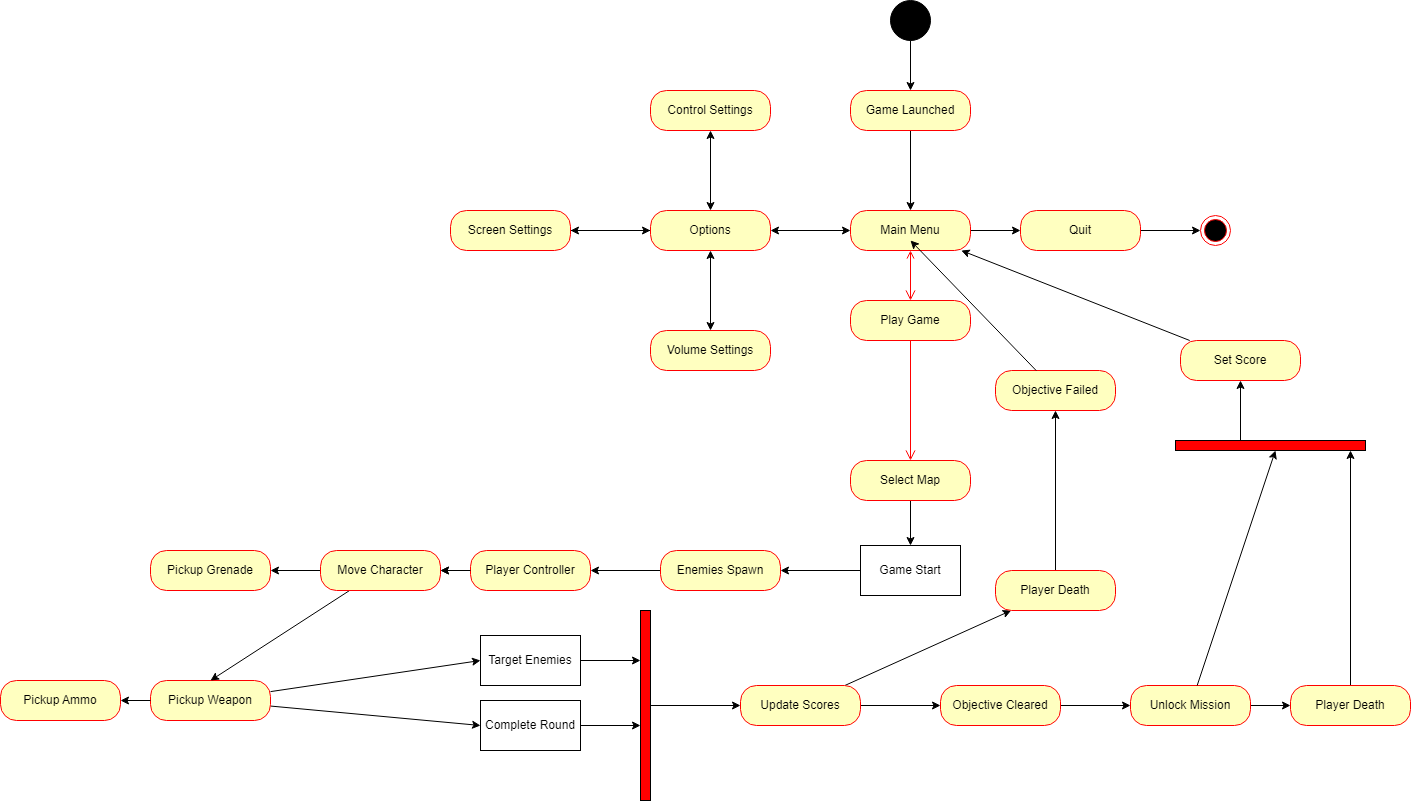
Before: models/zuvival activity diagram.png, a diagram exported from draw.io (Troy-Qasper/Zurvival-Capstone). Source tidied: cells renumbered, new cells last; positions are measured from the earlier drawing's top-left corner, leaving out a move shared by most shapes.
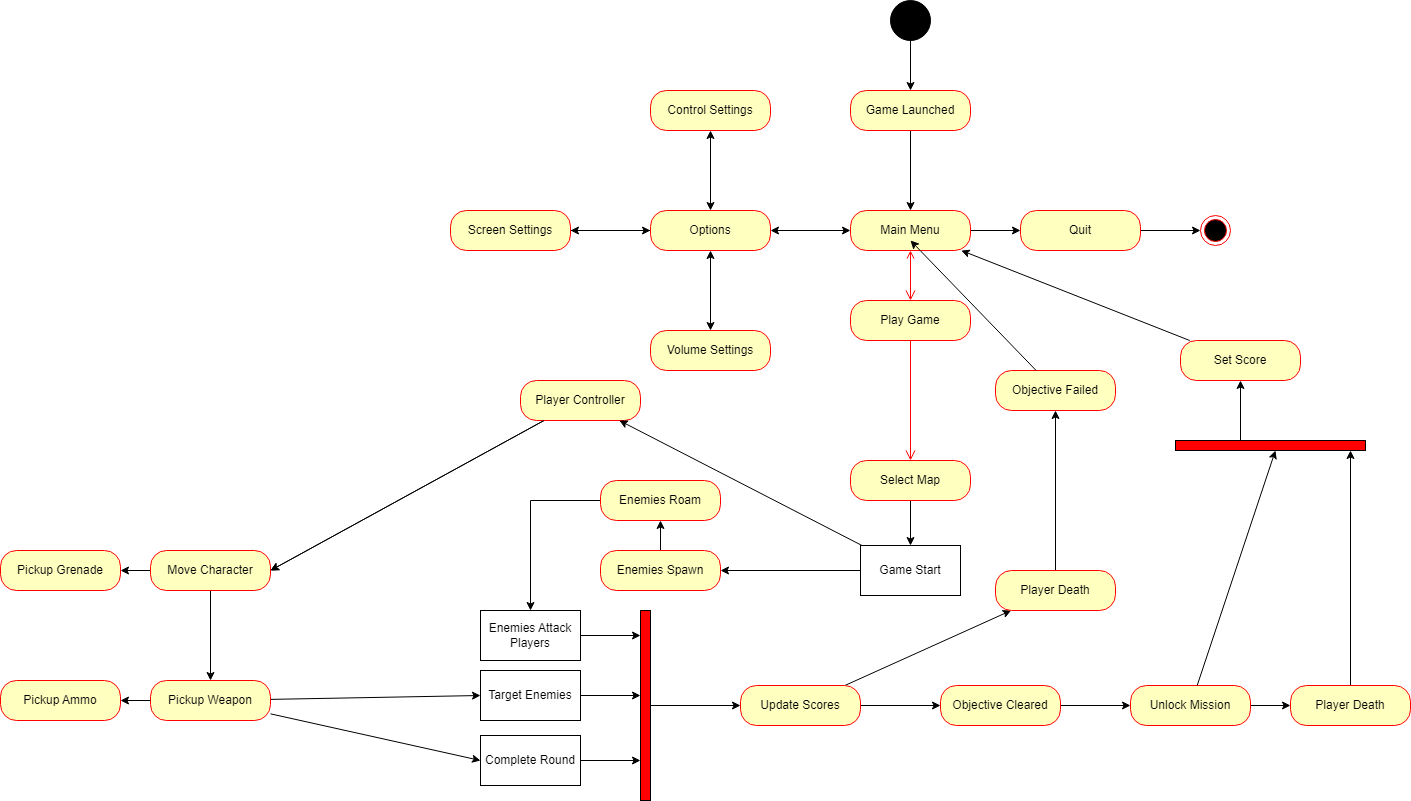
The same file after the commit.

Diff of the diagram source:
```diff
@@ -75,8 +75,11 @@
       <mxGeometry relative="1" as="geometry" />
     </mxCell>
     <mxCell id="26" value="Player Controller" style="rounded=1;whiteSpace=wrap;html=1;arcSize=40;fontColor=#000000;fillColor=#ffffc0;strokeColor=#ff0000;" parent="1" vertex="1">
-      <mxGeometry x="470" y="550" width="120" height="40" as="geometry" />
+      <mxGeometry x="520" y="380" width="120" height="40" as="geometry" />
     </mxCell>
+    <mxCell id="65" style="rounded=0;jettySize=auto;html=1;" parent="1" edge="1" source="27" target="26">
+      <mxGeometry relative="1" as="geometry" />
+    </mxCell>
     <mxCell id="27" value="Game Start" style="html=1;dashed=0;whiteSpace=wrap;" parent="1" vertex="1">
       <mxGeometry x="860" y="545" width="100" height="50" as="geometry" />
     </mxCell>
@@ -84,7 +87,7 @@
       <mxGeometry relative="1" as="geometry" />
     </mxCell>
     <mxCell id="29" value="Target Enemies" style="html=1;dashed=0;whiteSpace=wrap;" parent="1" vertex="1">
-      <mxGeometry x="480" y="635" width="100" height="50" as="geometry" />
+      <mxGeometry x="480" y="670" width="100" height="50" as="geometry" />
     </mxCell>
     <mxCell id="30" style="edgeStyle=orthogonalEdgeStyle;rounded=0;jettySize=auto;html=1;" parent="1" edge="1" source="32" target="36">
       <mxGeometry relative="1" as="geometry" />
@@ -141,19 +144,19 @@
       <mxGeometry y="680" width="120" height="40" as="geometry" />
     </mxCell>
     <mxCell id="48" value="Pickup Grenade" style="rounded=1;whiteSpace=wrap;html=1;arcSize=40;fontColor=#000000;fillColor=#ffffc0;strokeColor=#ff0000;" parent="1" vertex="1">
-      <mxGeometry x="150" y="550" width="120" height="40" as="geometry" />
+      <mxGeometry y="550" width="120" height="40" as="geometry" />
     </mxCell>
     <mxCell id="49" style="rounded=0;jettySize=auto;html=1;" parent="1" edge="1" source="50" target="34">
       <mxGeometry relative="1" as="geometry" />
     </mxCell>
     <mxCell id="50" value="Complete Round" style="html=1;dashed=0;whiteSpace=wrap;" parent="1" vertex="1">
-      <mxGeometry x="480" y="700" width="100" height="50" as="geometry" />
+      <mxGeometry x="480" y="735" width="100" height="50" as="geometry" />
     </mxCell>
-    <mxCell id="51" style="edgeStyle=orthogonalEdgeStyle;rounded=0;jettySize=auto;html=1;entryX=1;entryY=0.5;entryDx=0;entryDy=0;" parent="1" edge="1" source="52" target="26">
-      <mxGeometry relative="1" as="geometry" />
-    </mxCell>
+    <mxCell id="66" style="edgeStyle=orthogonalEdgeStyle;rounded=0;jettySize=auto;html=1;" parent="1" edge="1" source="52" target="68">
+      <mxGeometry relative="1" as="geometry" />
+    </mxCell>
     <mxCell id="52" value="Enemies Spawn" style="rounded=1;whiteSpace=wrap;html=1;arcSize=40;fontColor=#000000;fillColor=#ffffc0;strokeColor=#ff0000;" parent="1" vertex="1">
-      <mxGeometry x="660" y="550" width="120" height="40" as="geometry" />
+      <mxGeometry x="600" y="550" width="120" height="40" as="geometry" />
     </mxCell>
     <mxCell id="53" style="rounded=0;jettySize=auto;html=1;entryX=1;entryY=0.5;entryDx=0;entryDy=0;" parent="1" edge="1" source="26" target="57">
       <mxGeometry relative="1" as="geometry" />
@@ -168,7 +171,7 @@
       <mxGeometry relative="1" as="geometry" />
     </mxCell>
     <mxCell id="57" value="Move Character" style="rounded=1;whiteSpace=wrap;html=1;arcSize=40;fontColor=#000000;fillColor=#ffffc0;strokeColor=#ff0000;" parent="1" vertex="1">
-      <mxGeometry x="320" y="550" width="120" height="40" as="geometry" />
+      <mxGeometry x="150" y="550" width="120" height="40" as="geometry" />
     </mxCell>
     <mxCell id="58" style="rounded=0;jettySize=auto;html=1;" parent="1" edge="1" source="59" target="7">
       <mxGeometry relative="1" as="geometry" />
@@ -191,5 +194,17 @@
     <mxCell id="64" value="Volume Settings" style="rounded=1;whiteSpace=wrap;html=1;arcSize=40;fontColor=#000000;fillColor=#ffffc0;strokeColor=#ff0000;" parent="1" vertex="1">
       <mxGeometry x="650" y="330" width="120" height="40" as="geometry" />
     </mxCell>
+    <mxCell id="67" style="edgeStyle=orthogonalEdgeStyle;rounded=0;jettySize=auto;html=1;" parent="1" edge="1" source="68" target="70">
+      <mxGeometry relative="1" as="geometry" />
+    </mxCell>
+    <mxCell id="68" value="Enemies Roam" style="rounded=1;whiteSpace=wrap;html=1;arcSize=40;fontColor=#000000;fillColor=#ffffc0;strokeColor=#ff0000;" parent="1" vertex="1">
+      <mxGeometry x="600" y="480" width="120" height="40" as="geometry" />
+    </mxCell>
+    <mxCell id="69" style="rounded=0;jettySize=auto;html=1;" parent="1" edge="1" source="70" target="34">
+      <mxGeometry relative="1" as="geometry" />
+    </mxCell>
+    <mxCell id="70" value="Enemies Attack Players" style="html=1;dashed=0;whiteSpace=wrap;" parent="1" vertex="1">
+      <mxGeometry x="480" y="610" width="100" height="50" as="geometry" />
+    </mxCell>
   </root>
 </mxGraphModel>
```
